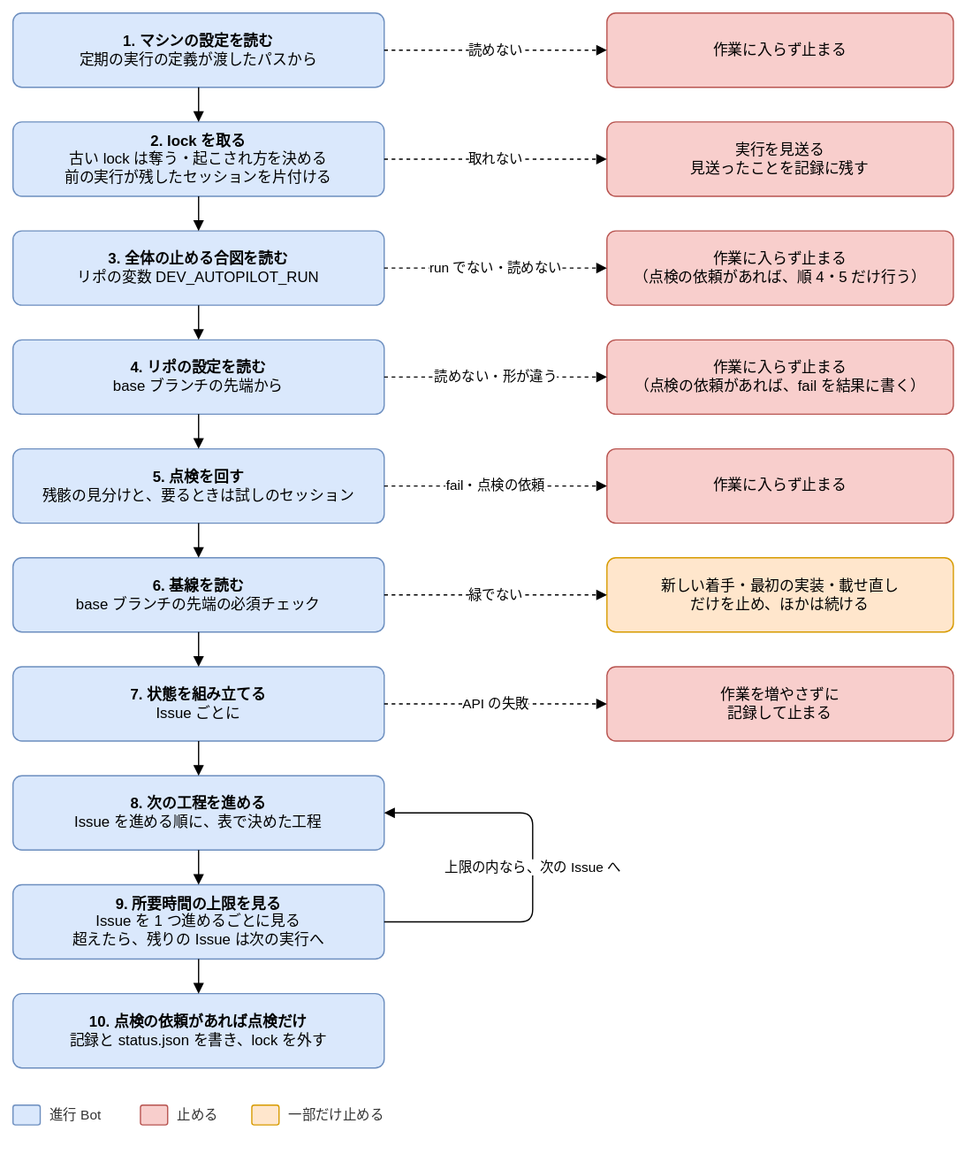
Above: docs/design/basic/diagrams/02-run-flow.drawio.svg in Joymerrevent/dev-autopilot (draw.io), before the change. Source tidied: cells renumbered, new cells last; positions are measured from the earlier drawing's top-left corner, leaving out a move shared by most shapes.
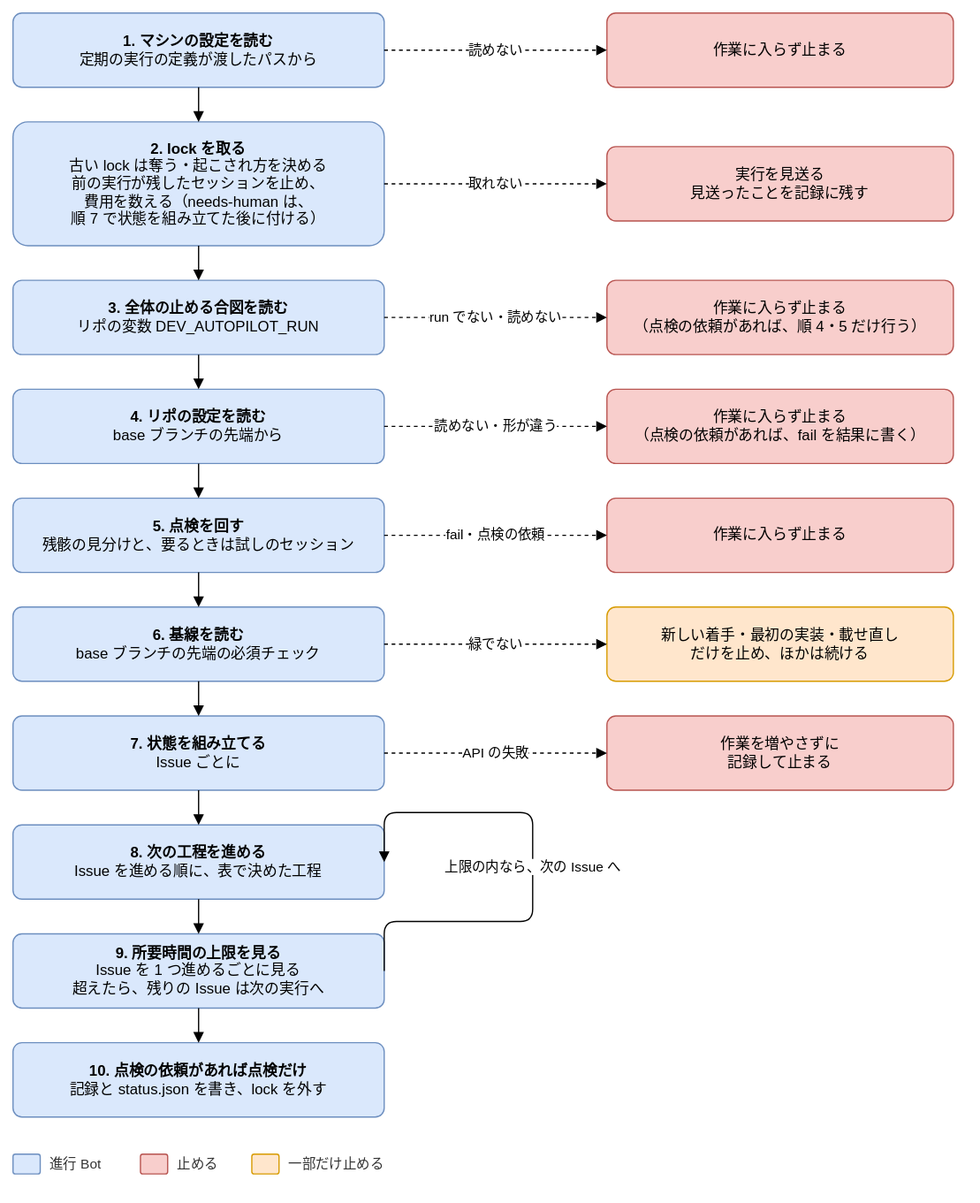
Later version of the same file.

The edit, as a diff of the source:
```diff
@@ -3,22 +3,22 @@
     <mxCell id="0" />
     <mxCell id="1" parent="0" />
     <mxCell id="2" value="&lt;b&gt;1. マシンの設定を読む&lt;/b&gt;&lt;br&gt;定期の実行の定義が渡したパスから" style="rounded=1;whiteSpace=wrap;html=1;fontSize=12;arcSize=12;spacing=12;fillColor=#dae8fc;strokeColor=#6c8ebf;" parent="1" vertex="1">
-      <mxGeometry width="300" height="60" as="geometry" />
+      <mxGeometry y="-40" width="300" height="60" as="geometry" />
     </mxCell>
     <mxCell id="3" value="作業に入らず止まる" style="rounded=1;whiteSpace=wrap;html=1;fontSize=12;arcSize=12;spacing=12;fillColor=#f8cecc;strokeColor=#b85450;" parent="1" vertex="1">
-      <mxGeometry x="480" width="280" height="60" as="geometry" />
+      <mxGeometry x="480" y="-40" width="280" height="60" as="geometry" />
     </mxCell>
     <mxCell id="4" value="読めない" style="edgeStyle=orthogonalEdgeStyle;rounded=1;html=1;endArrow=block;endFill=1;fontSize=11;labelBackgroundColor=#ffffff;dashed=1;exitX=1;exitY=0.5;exitDx=0;exitDy=0;entryX=0;entryY=0.5;entryDx=0;entryDy=0;" parent="1" edge="1" source="2" target="3">
       <mxGeometry relative="1" as="geometry" />
     </mxCell>
-    <mxCell id="5" value="&lt;b&gt;2. lock を取る&lt;/b&gt;&lt;br&gt;古い lock は奪う・起こされ方を決める&lt;br&gt;前の実行が残したセッションを片付ける" style="rounded=1;whiteSpace=wrap;html=1;fontSize=12;arcSize=12;spacing=12;fillColor=#dae8fc;strokeColor=#6c8ebf;" parent="1" vertex="1">
-      <mxGeometry y="88" width="300" height="60" as="geometry" />
+    <mxCell id="5" value="&lt;b&gt;2. lock を取る&lt;/b&gt;&lt;br&gt;古い lock は奪う・起こされ方を決める&lt;br&gt;前の実行が残したセッションを止め、&lt;br&gt;費用を数える（needs-human は、&lt;br&gt;順 7 で状態を組み立てた後に付ける）" style="rounded=1;whiteSpace=wrap;html=1;fontSize=12;arcSize=12;spacing=12;fillColor=#dae8fc;strokeColor=#6c8ebf;" parent="1" vertex="1">
+      <mxGeometry y="48" width="300" height="100" as="geometry" />
     </mxCell>
     <mxCell id="6" style="edgeStyle=orthogonalEdgeStyle;rounded=1;html=1;endArrow=block;endFill=1;fontSize=11;labelBackgroundColor=#ffffff;exitX=0.5;exitY=1;exitDx=0;exitDy=0;entryX=0.5;entryY=0;entryDx=0;entryDy=0;" parent="1" edge="1" source="2" target="5">
       <mxGeometry relative="1" as="geometry" />
     </mxCell>
     <mxCell id="7" value="実行を見送る&lt;br&gt;見送ったことを記録に残す" style="rounded=1;whiteSpace=wrap;html=1;fontSize=12;arcSize=12;spacing=12;fillColor=#f8cecc;strokeColor=#b85450;" parent="1" vertex="1">
-      <mxGeometry x="480" y="88" width="280" height="60" as="geometry" />
+      <mxGeometry x="480" y="68" width="280" height="60" as="geometry" />
     </mxCell>
     <mxCell id="8" value="取れない" style="edgeStyle=orthogonalEdgeStyle;rounded=1;html=1;endArrow=block;endFill=1;fontSize=11;labelBackgroundColor=#ffffff;dashed=1;exitX=1;exitY=0.5;exitDx=0;exitDy=0;entryX=0;entryY=0.5;entryDx=0;entryDy=0;" parent="1" edge="1" source="5" target="7">
       <mxGeometry relative="1" as="geometry" />
@@ -104,8 +104,8 @@
     <mxCell id="35" value="上限の内なら、次の Issue へ" style="edgeStyle=orthogonalEdgeStyle;rounded=1;html=1;endArrow=block;endFill=1;fontSize=11;labelBackgroundColor=#ffffff;exitX=1;exitY=0.5;exitDx=0;exitDy=0;entryX=1;entryY=0.5;entryDx=0;entryDy=0;" parent="1" edge="1" source="31" target="29">
       <mxGeometry relative="1" as="geometry">
         <Array as="points">
-          <mxPoint x="420" y="734" />
-          <mxPoint x="420" y="646" />
+          <mxPoint x="420" y="694" />
+          <mxPoint x="420" y="606" />
         </Array>
       </mxGeometry>
     </mxCell>
```
